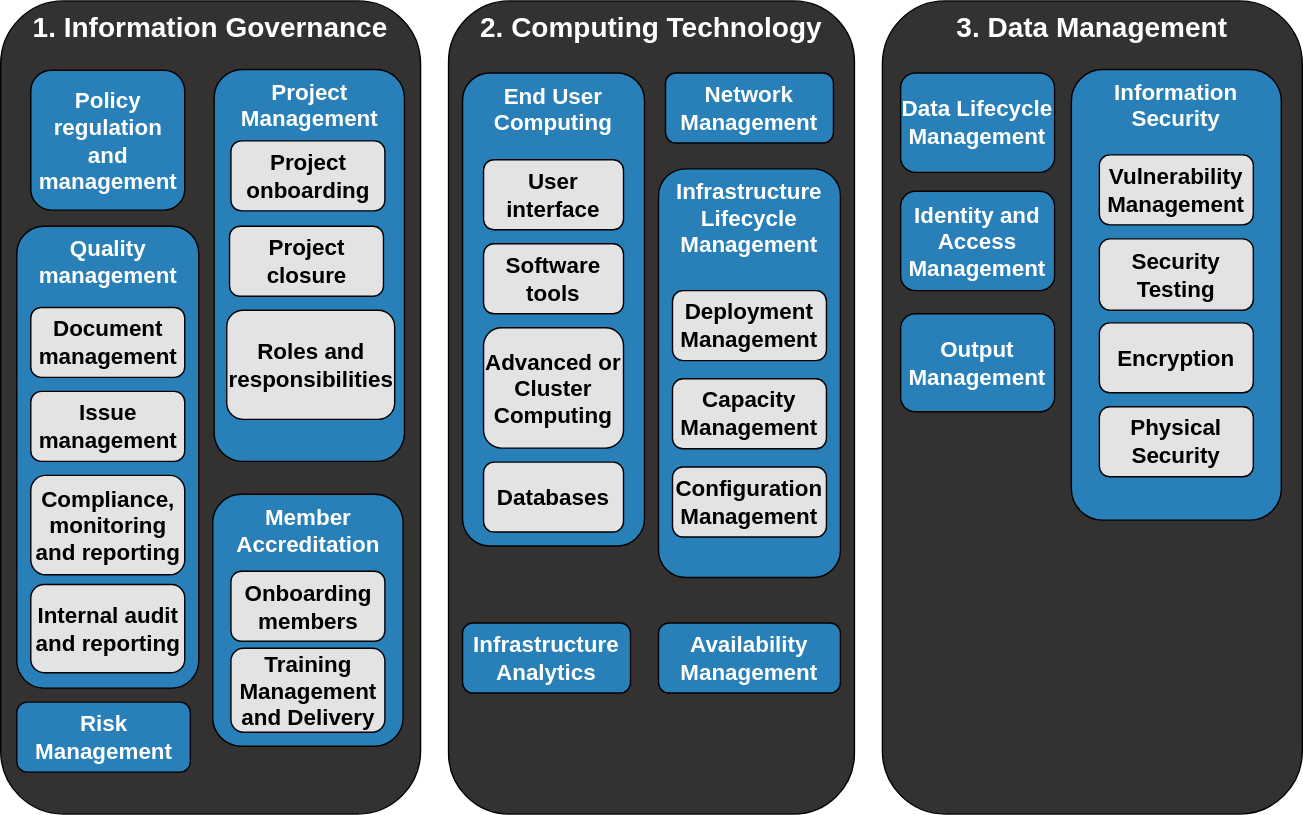
This is docs/images/Capability_Map/full.drawio.svg from sa-tre/satre-specification, a draw.io export, as it was before one commit. Source tidied: cells renumbered, new cells last; positions are measured from the earlier drawing's top-left corner, leaving out a move shared by most shapes.
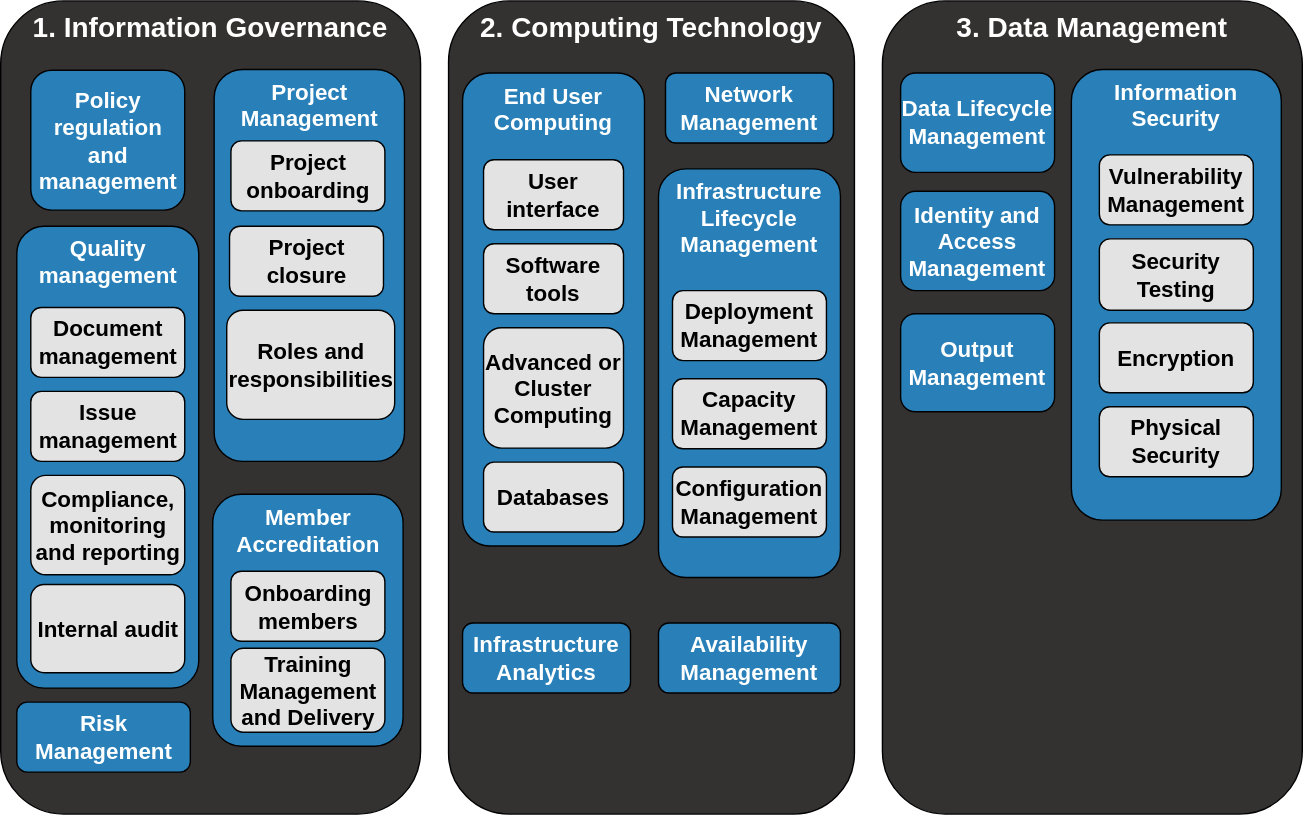
After the commit.

Commit message:
update internal audit

Change to the diagram source:
```diff
@@ -110,7 +110,7 @@
     <mxCell id="37" value="&lt;font style=&quot;font-size: 16px;&quot;&gt;Availability Management&lt;/font&gt;" style="rounded=1;whiteSpace=wrap;html=1;fillColor=#2980B9;strokeColor=#000000;fontSize=16;fontStyle=1;fontColor=#FFFFFF;" parent="1" vertex="1">
       <mxGeometry x="470" y="444.5" width="130" height="50" as="geometry" />
     </mxCell>
-    <mxCell id="38" value="&lt;font style=&quot;font-size: 16px;&quot;&gt;Internal audit and reporting&lt;/font&gt;" style="rounded=1;whiteSpace=wrap;html=1;fillColor=#E3E3E3;strokeColor=#000000;fontSize=16;fontStyle=1;fontColor=#000000;labelBorderColor=none;" parent="1" vertex="1">
+    <mxCell id="38" value="&lt;font style=&quot;font-size: 16px;&quot;&gt;Internal audit&lt;/font&gt;" style="rounded=1;whiteSpace=wrap;html=1;fillColor=#E3E3E3;strokeColor=#000000;fontSize=16;fontStyle=1;fontColor=#000000;labelBorderColor=none;" parent="1" vertex="1">
       <mxGeometry x="21.5" y="417" width="110" height="63" as="geometry" />
     </mxCell>
   </root>
```
